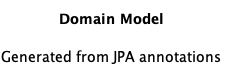
The PlantUML diagram petclinic-backend/docs/generated/DomainModel.png in victorrentea/petclinic, before a commit.
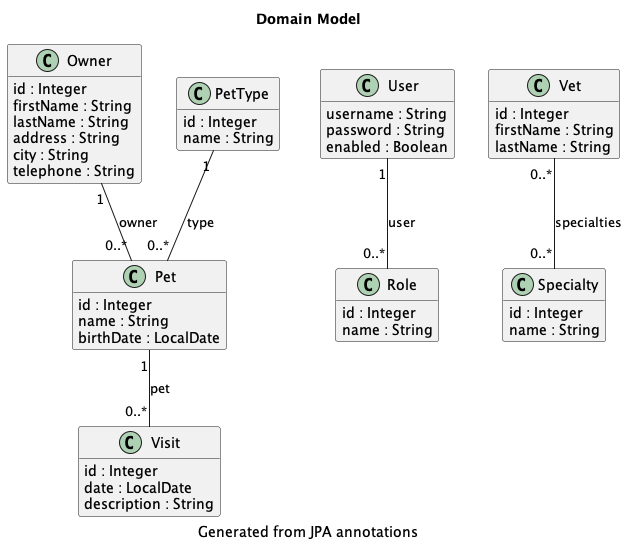
After the commit.

What changed in the source:
```diff
@@ -6,6 +6,51 @@
 hide empty members
 skinparam classAttributeIconSize 0
 
+class Owner {
+  id : Integer
+  firstName : String
+  lastName : String
+  address : String
+  city : String
+  telephone : String
+}
+class Pet {
+  id : Integer
+  name : String
+  birthDate : LocalDate
+}
+class PetType {
+  id : Integer
+  name : String
+}
+class Role {
+  id : Integer
+  name : String
+}
+class Specialty {
+  id : Integer
+  name : String
+}
+class User {
+  username : String
+  password : String
+  enabled : Boolean
+}
+class Vet {
+  id : Integer
+  firstName : String
+  lastName : String
+}
+class Visit {
+  id : Integer
+  date : LocalDate
+  description : String
+}
 
+PetType "1" -- "0..*" Pet : type
+Owner "1" -- "0..*" Pet : owner
+User "1" -- "0..*" Role : user
+Vet "0..*" -- "0..*" Specialty : specialties
+Pet "1" -- "0..*" Visit : pet
 
 @enduml
```
